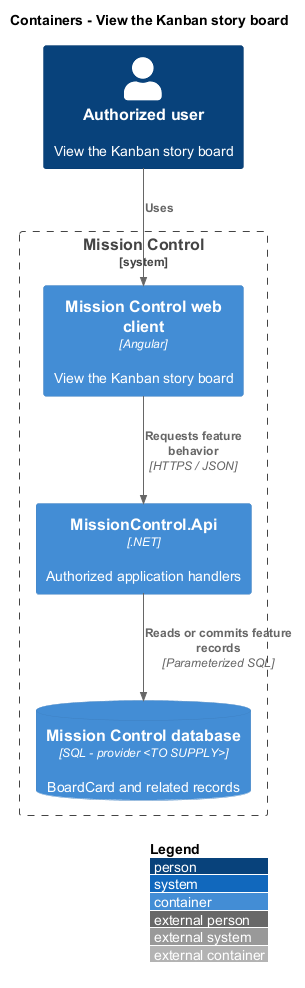
Above: docs/detailed-designs/kanban/view-story-board/diagrams/c4-container.png in QuinntyneBrown/mission-control (PlantUML), before the change.
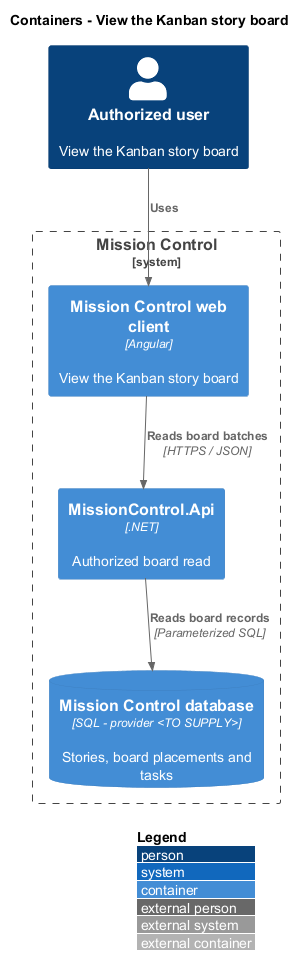
After the commit.

Change to the diagram source:
```diff
@@ -5,10 +5,10 @@
 Person(actor, "Authorized user", "View the Kanban story board")
 System_Boundary(mc, "Mission Control") {
   Container(web, "Mission Control web client", "Angular", "View the Kanban story board")
-  Container(api, "MissionControl.Api", ".NET", "Authorized application handlers")
-  ContainerDb(db, "Mission Control database", "SQL - provider <TO SUPPLY>", "BoardCard and related records")
+  Container(api, "MissionControl.Api", ".NET", "Authorized board read")
+  ContainerDb(db, "Mission Control database", "SQL - provider <TO SUPPLY>", "Stories, board placements and tasks")
 }
 Rel(actor, web, "Uses")
-Rel(web, api, "Requests feature behavior", "HTTPS / JSON")
-Rel(api, db, "Reads or commits feature records", "Parameterized SQL")
+Rel(web, api, "Reads board batches", "HTTPS / JSON")
+Rel(api, db, "Reads board records", "Parameterized SQL")
 @enduml
```
